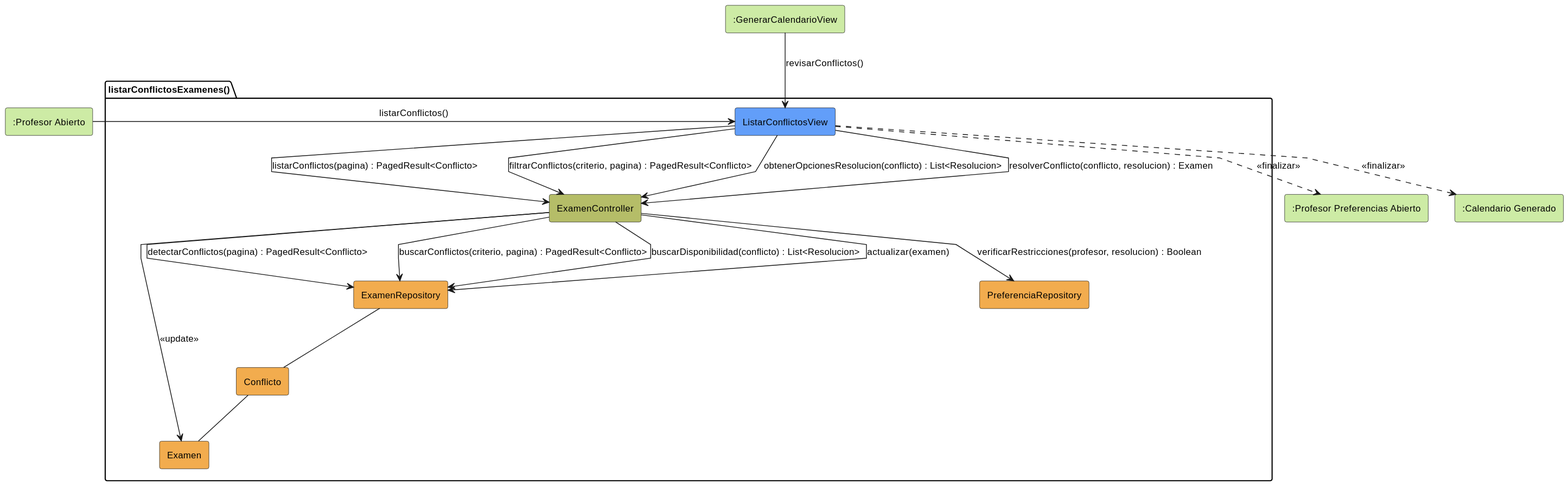
Earlier version of the PlantUML export images/01-analisis/casos-uso/listarConflictosExamenes/listarConflictosExamenes-analisis.svg (carlos-alvarado-25/25-26-idsw2-sdVC).
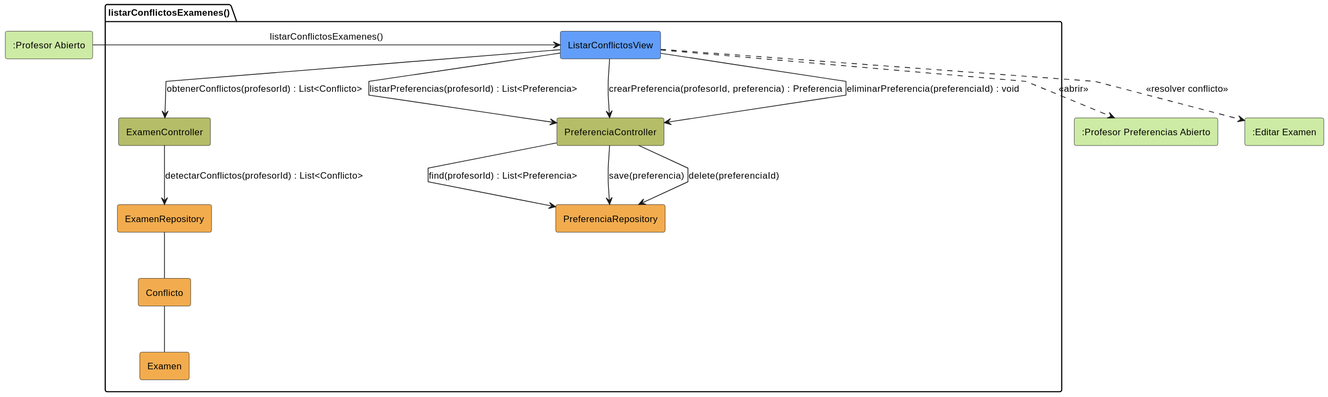
The same file after the commit.

Diff of the diagram source:
```diff
@@ -6,11 +6,11 @@
 skinparam linetype polyline
 
 rectangle #CDEBA5 ":Profesor Abierto" as ProfesorAbiertoEntrada
-rectangle #CDEBA5 ":GenerarCalendarioView" as GenerarCalendarioEntrada
 
 package listarConflictosExamenes as "listarConflictosExamenes()" {
     rectangle #629EF9 ListarConflictosView
     rectangle #b5bd68 ExamenController
+    rectangle #b5bd68 PreferenciaController
     rectangle #F2AC4E ExamenRepository
     rectangle #F2AC4E PreferenciaRepository
     rectangle #F2AC4E Conflicto
@@ -18,28 +18,25 @@
 }
 
 rectangle #CDEBA5 ":Profesor Preferencias Abierto" as ProfesorPreferenciasSalida
-rectangle #CDEBA5 ":Calendario Generado" as CalendarioGeneradoSalida
+rectangle #CDEBA5 ":Editar Examen" as EditarExamenSalida
 
-ProfesorAbiertoEntrada -r-> ListarConflictosView: listarConflictos()
-GenerarCalendarioEntrada -d-> ListarConflictosView: revisarConflictos()
+ProfesorAbiertoEntrada -r-> ListarConflictosView: listarConflictosExamenes()
 
-ListarConflictosView -d-> ExamenController: listarConflictos(pagina) : PagedResult<Conflicto>
-ExamenController -d-> ExamenRepository: detectarConflictos(pagina) : PagedResult<Conflicto>
+ListarConflictosView -d-> ExamenController: obtenerConflictos(profesorId) : List<Conflicto>
+ExamenController -d-> ExamenRepository: detectarConflictos(profesorId) : List<Conflicto>
 
-ListarConflictosView -d-> ExamenController: filtrarConflictos(criterio, pagina) : PagedResult<Conflicto>
-ExamenController -d-> ExamenRepository: buscarConflictos(criterio, pagina) : PagedResult<Conflicto>
+ListarConflictosView -d-> PreferenciaController: listarPreferencias(profesorId) : List<Preferencia>
+PreferenciaController -d-> PreferenciaRepository: find(profesorId) : List<Preferencia>
+
+ListarConflictosView -d-> PreferenciaController: crearPreferencia(profesorId, preferencia) : Preferencia
+PreferenciaController -d-> PreferenciaRepository: save(preferencia)
+
+ListarConflictosView -d-> PreferenciaController: eliminarPreferencia(preferenciaId) : void
+PreferenciaController -d-> PreferenciaRepository: delete(preferenciaId)
 
 ExamenRepository -- Conflicto
 Conflicto -- Examen
 
-ListarConflictosView -d-> ExamenController: obtenerOpcionesResolucion(conflicto) : List<Resolucion>
-ExamenController -d-> ExamenRepository: buscarDisponibilidad(conflicto) : List<Resolucion>
-ExamenController -d-> PreferenciaRepository: verificarRestricciones(profesor, resolucion) : Boolean
-
-ListarConflictosView -d-> ExamenController: resolverConflicto(conflicto, resolucion) : Examen
-ExamenController -r-> Examen: <<update>>
-ExamenController -d-> ExamenRepository: actualizar(examen)
-
-ListarConflictosView ..> ProfesorPreferenciasSalida: <<finalizar>>
-ListarConflictosView ..> CalendarioGeneradoSalida: <<finalizar>>
+ListarConflictosView ..> ProfesorPreferenciasSalida: <<abrir>>
+ListarConflictosView ..> EditarExamenSalida: <<resolver conflicto>>
 @enduml
```
